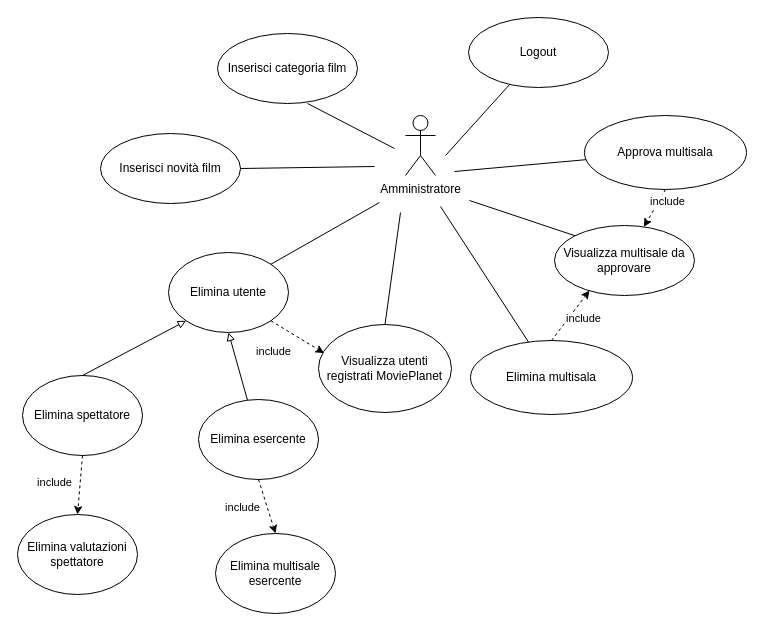
This is page "Casi d'uso Amministratore" (6 of 6) of users.drawio from michelafarruggia/SEBD, a draw.io file, before an edit. Source tidied: cells renumbered, new cells numbered last; positions are measured from the earlier drawing's top-left corner, leaving out a move shared by most shapes. Both pictures are drawn from the tidied source at 100%, with x=0, y=0 at pixel (17, 17).
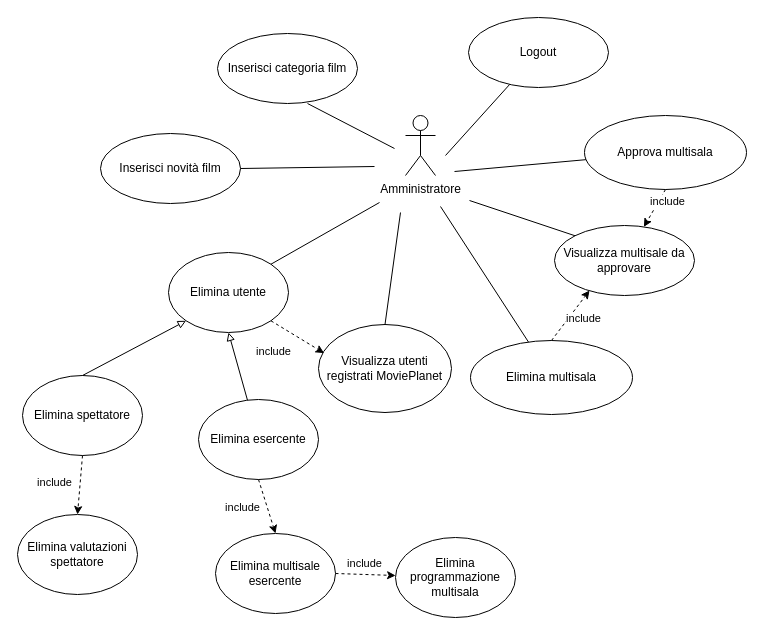
After the change.

Commit message (it also covers changes not shown here):
update use cases

The change refers to these unchanged cells:
```xml
<mxCell id="34" value="Elimina multisale esercente" style="ellipse;whiteSpace=wrap;html=1;" parent="1" vertex="1">
  <mxGeometry x="198" y="516" width="120" height="80" as="geometry" />
</mxCell>
```

What changed in the source:
```diff
@@
+    <mxCell id="35" style="endArrow=classic;html=1;rounded=0;dashed=1;exitX=1;exitY=0.5;exitDx=0;exitDy=0;" parent="1" edge="1" source="34" target="37">
+      <mxGeometry relative="1" as="geometry" />
+    </mxCell>
+    <mxCell id="36" value="include" style="edgeLabel;html=1;align=center;verticalAlign=middle;" parent="35" vertex="1">
+      <mxGeometry x="0.48" y="-2" relative="1" as="geometry">
+        <mxPoint x="-15" y="-14" as="offset" />
+      </mxGeometry>
+    </mxCell>
+    <mxCell id="37" value="Elimina programmazione multisala" style="ellipse;whiteSpace=wrap;html=1;" parent="1" vertex="1">
+      <mxGeometry x="378" y="520" width="120" height="80" as="geometry" />
+    </mxCell>
```
